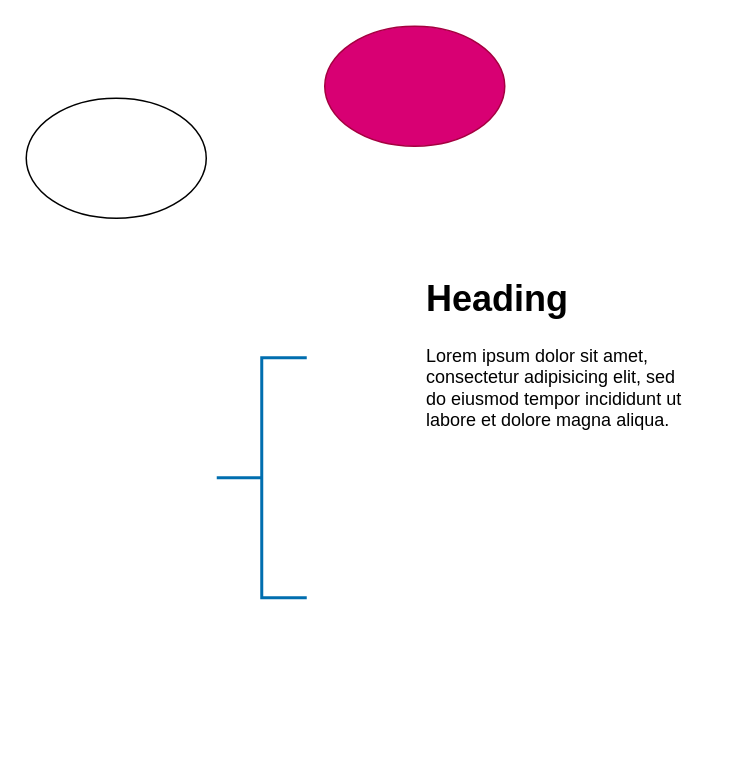
Above: diagrams/新的绘图2.drawio in MillionT/githubLocal (draw.io), before the change. Source tidied: cells renumbered, new cells numbered last; positions are measured from the earlier drawing's top-left corner, leaving out a move shared by most shapes. Both pictures are drawn from the tidied source at 150%, with x=0, y=0 at pixel (26, 26).
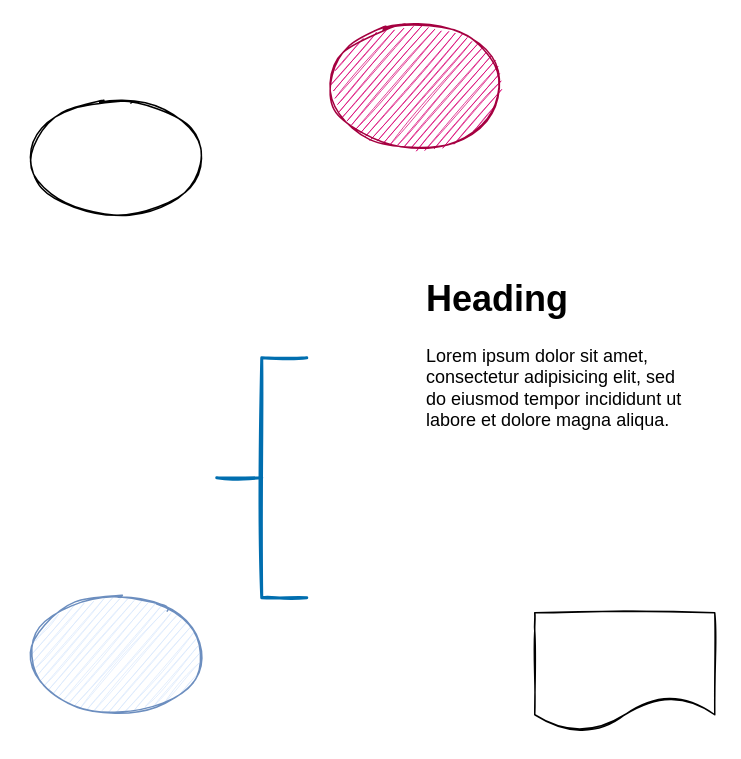
The same page after the edit.

Commit message (it also covers changes not shown here):
更新新的绘图2.drawio

Diff of the diagram source:
```diff
@@
 <mxGraphModel>
   <root>
     <mxCell id="0" />
     <mxCell id="1" parent="0" />
-    <mxCell id="2" style="ellipse;whiteSpace=wrap;html=1;fillColor=#d80073;strokeColor=#A50040;fontColor=#ffffff;" parent="1" vertex="1">
+    <mxCell id="2" style="ellipse;whiteSpace=wrap;html=1;fillColor=#d80073;strokeColor=#A50040;fontColor=#ffffff;sketch=1;" parent="1" vertex="1">
       <mxGeometry x="199" width="120" height="80" as="geometry" />
     </mxCell>
-    <mxCell id="3" style="strokeWidth=2;html=1;shape=mxgraph.flowchart.annotation_2;align=left;labelPosition=right;fillColor=#1ba1e2;strokeColor=#006EAF;fontColor=#ffffff;" parent="1" vertex="1">
+    <mxCell id="3" style="strokeWidth=2;html=1;shape=mxgraph.flowchart.annotation_2;align=left;labelPosition=right;fillColor=#1ba1e2;strokeColor=#006EAF;fontColor=#ffffff;sketch=1;" parent="1" vertex="1">
       <mxGeometry x="127" y="221" width="60" height="160" as="geometry" />
     </mxCell>
-    <mxCell id="4" style="ellipse;whiteSpace=wrap;html=1;" parent="1" vertex="1">
+    <mxCell id="4" style="ellipse;whiteSpace=wrap;html=1;sketch=1;" parent="1" vertex="1">
       <mxGeometry y="48" width="120" height="80" as="geometry" />
     </mxCell>
-    <mxCell id="5" value="&lt;h1&gt;Heading&lt;/h1&gt;&lt;p&gt;Lorem ipsum dolor sit amet, consectetur adipisicing elit, sed do eiusmod tempor incididunt ut labore et dolore magna aliqua.&lt;/p&gt;" style="text;html=1;strokeColor=none;fillColor=none;spacing=5;spacingTop=-20;whiteSpace=wrap;overflow=hidden;rounded=0;" parent="1" vertex="1">
+    <mxCell id="5" value="&lt;h1&gt;Heading&lt;/h1&gt;&lt;p&gt;Lorem ipsum dolor sit amet, consectetur adipisicing elit, sed do eiusmod tempor incididunt ut labore et dolore magna aliqua.&lt;/p&gt;" style="text;html=1;strokeColor=none;fillColor=none;spacing=5;spacingTop=-20;whiteSpace=wrap;overflow=hidden;rounded=0;sketch=1;" parent="1" vertex="1">
       <mxGeometry x="262" y="162" width="190" height="120" as="geometry" />
     </mxCell>
+    <mxCell id="6" style="ellipse;whiteSpace=wrap;html=1;sketch=1;fillColor=#dae8fc;strokeColor=#6c8ebf;" parent="1" vertex="1">
+      <mxGeometry y="379" width="120" height="80" as="geometry" />
+    </mxCell>
+    <mxCell id="7" style="shape=document;whiteSpace=wrap;html=1;boundedLbl=1;sketch=1;" parent="1" vertex="1">
+      <mxGeometry x="339" y="391" width="120" height="80" as="geometry" />
+    </mxCell>
   </root>
 </mxGraphModel>
```
